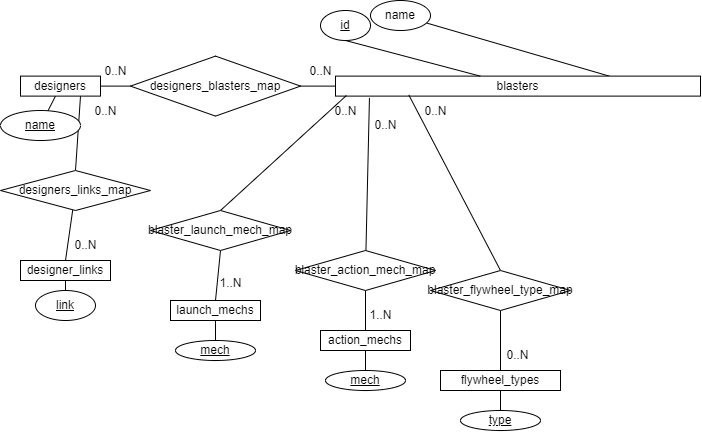
The draw.io diagram docs/ERD.drawio.png in SabreBirdOne/BlasterBrowser, before a commit. Source tidied: cells renumbered, new cells last; positions are measured from the earlier drawing's top-left corner, leaving out a move shared by most shapes.
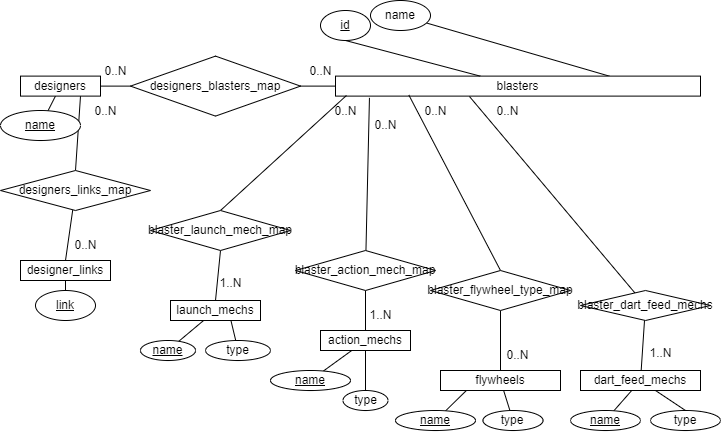
The same file after the commit.

The edit, as a diff of the source:
```diff
@@ -68,14 +68,17 @@
     <mxCell id="23" value="0..N" style="text;html=1;align=center;verticalAlign=middle;strokeColor=none;fillColor=none;" parent="1" vertex="1">
       <mxGeometry x="80" y="95.6" width="50" height="30" as="geometry" />
     </mxCell>
-    <mxCell id="24" style="rounded=0;jettySize=auto;html=1;endArrow=none;endFill=0;exitX=0.5;exitY=1;exitDx=0;exitDy=0;" parent="1" edge="1" source="25" target="26">
+    <mxCell id="24" style="rounded=0;jettySize=auto;html=1;endArrow=none;endFill=0;exitX=0.67;exitY=0.971;exitDx=0;exitDy=0;exitPerimeter=0;" parent="1" edge="1" source="25" target="26">
       <mxGeometry relative="1" as="geometry" />
     </mxCell>
+    <mxCell id="48" style="rounded=0;jettySize=auto;html=1;endArrow=none;endFill=0;" parent="1" edge="1" source="25" target="51">
+      <mxGeometry relative="1" as="geometry" />
+    </mxCell>
     <mxCell id="25" value="launch_mechs" style="whiteSpace=wrap;html=1;" parent="1" vertex="1">
       <mxGeometry x="170" y="300" width="90" height="20" as="geometry" />
     </mxCell>
-    <mxCell id="26" value="&lt;u&gt;mech&lt;/u&gt;" style="ellipse;whiteSpace=wrap;html=1;" parent="1" vertex="1">
-      <mxGeometry x="175" y="340" width="80" height="20" as="geometry" />
+    <mxCell id="26" value="type" style="ellipse;whiteSpace=wrap;html=1;" parent="1" vertex="1">
+      <mxGeometry x="205" y="340" width="65" height="20" as="geometry" />
     </mxCell>
     <mxCell id="27" style="rounded=0;jettySize=auto;html=1;entryX=0.5;entryY=0;entryDx=0;entryDy=0;endArrow=none;endFill=0;exitX=0.5;exitY=1;exitDx=0;exitDy=0;" parent="1" edge="1" source="29" target="25">
       <mxGeometry relative="1" as="geometry" />
@@ -89,11 +92,14 @@
     <mxCell id="30" style="rounded=0;jettySize=auto;html=1;endArrow=none;endFill=0;" parent="1" edge="1" source="31" target="32">
       <mxGeometry relative="1" as="geometry" />
     </mxCell>
+    <mxCell id="49" style="rounded=0;jettySize=auto;html=1;endArrow=none;endFill=0;" parent="1" edge="1" source="31" target="52">
+      <mxGeometry relative="1" as="geometry" />
+    </mxCell>
     <mxCell id="31" value="action_mechs" style="whiteSpace=wrap;html=1;" parent="1" vertex="1">
       <mxGeometry x="320" y="330" width="90" height="20" as="geometry" />
     </mxCell>
-    <mxCell id="32" value="&lt;u&gt;mech&lt;/u&gt;" style="ellipse;whiteSpace=wrap;html=1;" parent="1" vertex="1">
-      <mxGeometry x="325" y="370" width="80" height="20" as="geometry" />
+    <mxCell id="32" value="&lt;u&gt;name&lt;/u&gt;" style="ellipse;whiteSpace=wrap;html=1;" parent="1" vertex="1">
+      <mxGeometry x="270" y="370" width="80" height="20" as="geometry" />
     </mxCell>
     <mxCell id="33" value="1..N" style="text;html=1;align=center;verticalAlign=middle;strokeColor=none;fillColor=none;" parent="1" vertex="1">
       <mxGeometry x="205" y="268" width="50" height="30" as="geometry" />
@@ -116,17 +122,20 @@
     <mxCell id="39" value="0..N" style="text;html=1;align=center;verticalAlign=middle;strokeColor=none;fillColor=none;" parent="1" vertex="1">
       <mxGeometry x="360" y="110" width="50" height="30" as="geometry" />
     </mxCell>
-    <mxCell id="40" style="rounded=0;jettySize=auto;html=1;endArrow=none;endFill=0;" parent="1" edge="1" source="42" target="43">
+    <mxCell id="40" style="rounded=0;jettySize=auto;html=1;endArrow=none;endFill=0;exitX=0.212;exitY=1.022;exitDx=0;exitDy=0;exitPerimeter=0;" parent="1" edge="1" source="42" target="43">
       <mxGeometry relative="1" as="geometry" />
     </mxCell>
     <mxCell id="41" style="rounded=0;jettySize=auto;html=1;entryX=0.5;entryY=1;entryDx=0;entryDy=0;endArrow=none;endFill=0;" parent="1" edge="1" source="42" target="45">
       <mxGeometry relative="1" as="geometry" />
     </mxCell>
+    <mxCell id="50" style="rounded=0;jettySize=auto;html=1;endArrow=none;endFill=0;" parent="1" edge="1" source="42" target="53">
+      <mxGeometry relative="1" as="geometry" />
+    </mxCell>
-    <mxCell id="42" value="flywheel_types" style="whiteSpace=wrap;html=1;" parent="1" vertex="1">
+    <mxCell id="42" value="flywheels" style="whiteSpace=wrap;html=1;" parent="1" vertex="1">
       <mxGeometry x="440" y="370" width="120" height="20" as="geometry" />
     </mxCell>
-    <mxCell id="43" value="&lt;u&gt;type&lt;/u&gt;" style="ellipse;whiteSpace=wrap;html=1;" parent="1" vertex="1">
-      <mxGeometry x="460" y="410" width="80" height="20" as="geometry" />
+    <mxCell id="43" value="&lt;u&gt;name&lt;/u&gt;" style="ellipse;whiteSpace=wrap;html=1;" parent="1" vertex="1">
+      <mxGeometry x="395" y="410" width="80" height="20" as="geometry" />
     </mxCell>
     <mxCell id="44" style="rounded=0;jettySize=auto;html=1;entryX=0.201;entryY=0.949;entryDx=0;entryDy=0;entryPerimeter=0;endArrow=none;endFill=0;exitX=0.5;exitY=0;exitDx=0;exitDy=0;" parent="1" edge="1" source="45" target="10">
       <mxGeometry relative="1" as="geometry" />
@@ -140,5 +149,44 @@
     <mxCell id="47" value="0..N" style="text;html=1;align=center;verticalAlign=middle;strokeColor=none;fillColor=none;" parent="1" vertex="1">
       <mxGeometry x="492.5" y="340" width="50" height="30" as="geometry" />
     </mxCell>
+    <mxCell id="51" value="&lt;u&gt;name&lt;/u&gt;" style="ellipse;whiteSpace=wrap;html=1;" parent="1" vertex="1">
+      <mxGeometry x="140" y="340" width="55" height="20" as="geometry" />
+    </mxCell>
+    <mxCell id="52" value="type" style="ellipse;whiteSpace=wrap;html=1;" parent="1" vertex="1">
+      <mxGeometry x="342.5" y="390" width="45" height="20" as="geometry" />
+    </mxCell>
+    <mxCell id="53" value="type" style="ellipse;whiteSpace=wrap;html=1;" parent="1" vertex="1">
+      <mxGeometry x="482.5" y="410" width="60" height="20" as="geometry" />
+    </mxCell>
+    <mxCell id="54" style="rounded=0;jettySize=auto;html=1;endArrow=none;endFill=0;" parent="1" edge="1" source="57" target="58">
+      <mxGeometry relative="1" as="geometry" />
+    </mxCell>
+    <mxCell id="55" style="rounded=0;jettySize=auto;html=1;endArrow=none;endFill=0;entryX=0.5;entryY=0;entryDx=0;entryDy=0;" parent="1" edge="1" source="57" target="59">
+      <mxGeometry relative="1" as="geometry" />
+    </mxCell>
+    <mxCell id="56" style="rounded=0;jettySize=auto;html=1;endArrow=none;endFill=0;" parent="1" edge="1" source="57" target="61">
+      <mxGeometry relative="1" as="geometry" />
+    </mxCell>
+    <mxCell id="57" value="dart_feed_mechs" style="whiteSpace=wrap;html=1;" parent="1" vertex="1">
+      <mxGeometry x="580" y="370" width="120" height="20" as="geometry" />
+    </mxCell>
+    <mxCell id="58" value="&lt;u&gt;name&lt;/u&gt;" style="ellipse;whiteSpace=wrap;html=1;" parent="1" vertex="1">
+      <mxGeometry x="570" y="410" width="70" height="20" as="geometry" />
+    </mxCell>
+    <mxCell id="59" value="type" style="ellipse;whiteSpace=wrap;html=1;" parent="1" vertex="1">
+      <mxGeometry x="650" y="410" width="70" height="20" as="geometry" />
+    </mxCell>
+    <mxCell id="60" style="rounded=0;jettySize=auto;html=1;entryX=0.367;entryY=1.018;entryDx=0;entryDy=0;entryPerimeter=0;endArrow=none;endFill=0;" parent="1" edge="1" source="61" target="10">
+      <mxGeometry relative="1" as="geometry" />
+    </mxCell>
+    <mxCell id="61" value="blaster_dart_feed_mechs" style="rhombus;whiteSpace=wrap;html=1;" parent="1" vertex="1">
+      <mxGeometry x="580" y="290" width="130" height="30" as="geometry" />
+    </mxCell>
+    <mxCell id="62" value="1..N" style="text;html=1;align=center;verticalAlign=middle;strokeColor=none;fillColor=none;" parent="1" vertex="1">
+      <mxGeometry x="635" y="338" width="50" height="30" as="geometry" />
+    </mxCell>
+    <mxCell id="63" value="0..N" style="text;html=1;align=center;verticalAlign=middle;strokeColor=none;fillColor=none;" parent="1" vertex="1">
+      <mxGeometry x="482.5" y="95.6" width="50" height="30" as="geometry" />
+    </mxCell>
   </root>
 </mxGraphModel>
```
